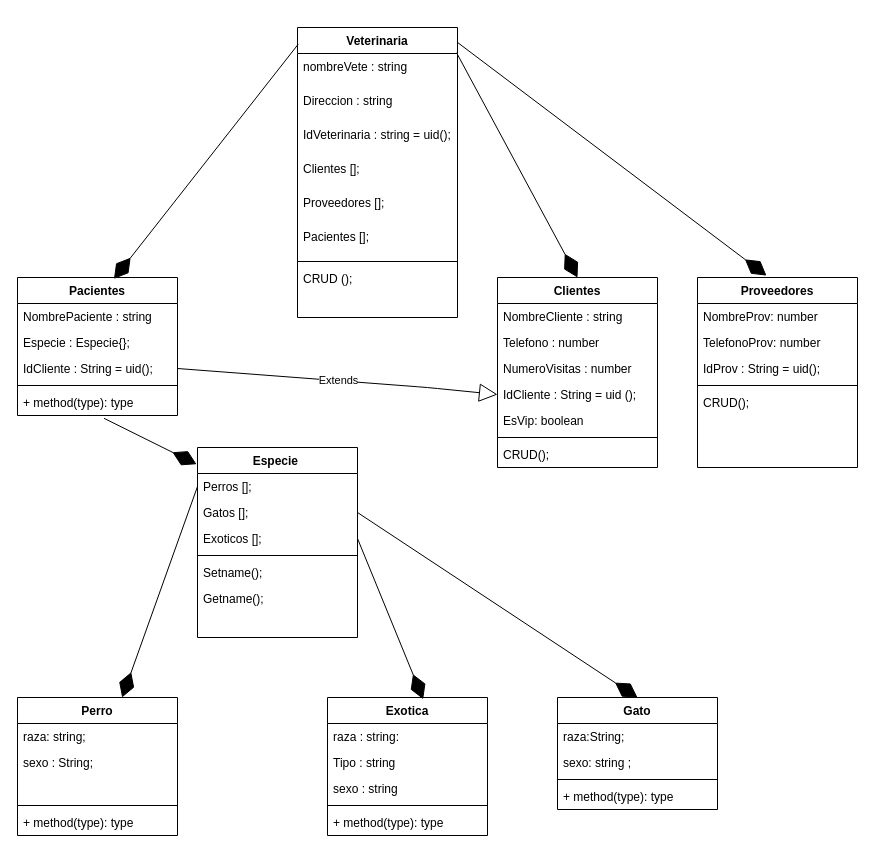
The draw.io diagram diagramaClases.dio in JulietaZotes/trabajo-final-FIP, before the edit. Source tidied: cells renumbered, new cells numbered last; positions are measured from the earlier drawing's top-left corner, leaving out a move shared by most shapes. Both pictures are drawn from the tidied source at 100%, with x=0, y=0 at pixel (17, 27).
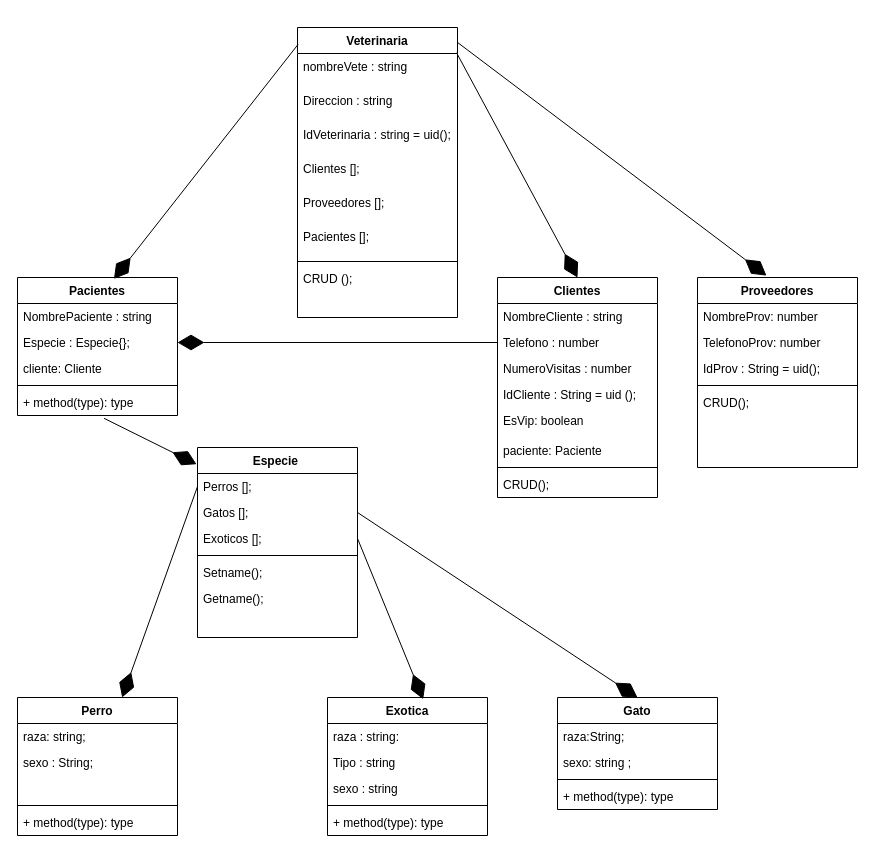
The same page after the edit.

Commit message:
cliente compone a Pacientes y Pacientes a Clientes

Unchanged cells that the change refers to:
```xml
<mxCell id="14" value="Telefono : number" style="text;strokeColor=none;fillColor=none;align=left;verticalAlign=top;spacingLeft=4;spacingRight=4;overflow=hidden;points=[[0,0.5],[1,0.5]];portConstraint=eastwest;" parent="12" vertex="1">
  <mxGeometry y="52" width="160" height="26" as="geometry" />
</mxCell>
<mxCell id="16" value="IdCliente : String = uid ();" style="text;strokeColor=none;fillColor=none;align=left;verticalAlign=top;spacingLeft=4;spacingRight=4;overflow=hidden;points=[[0,0.5],[1,0.5]];portConstraint=eastwest;" parent="12" vertex="1">
  <mxGeometry y="104" width="160" height="26" as="geometry" />
</mxCell>
<mxCell id="20" value="Pacientes" style="swimlane;fontStyle=1;align=center;verticalAlign=top;horizontal=1;startSize=26;" parent="1" vertex="1">
  <mxGeometry y="250" width="160" height="138" as="geometry" />
</mxCell>
<mxCell id="22" value="Especie : Especie{};" style="text;strokeColor=none;fillColor=none;align=left;verticalAlign=top;spacingLeft=4;spacingRight=4;overflow=hidden;points=[[0,0.5],[1,0.5]];portConstraint=eastwest;" parent="20" vertex="1">
  <mxGeometry y="52" width="160" height="26" as="geometry" />
</mxCell>
```

Diff of the diagram source:
```diff
@@
     <mxCell id="12" value="Clientes" style="swimlane;fontStyle=1;align=center;verticalAlign=top;horizontal=1;startSize=26;" parent="1" vertex="1">
-      <mxGeometry x="480" y="250" width="160" height="190" as="geometry" />
+      <mxGeometry x="480" y="250" width="160" height="220" as="geometry" />
     </mxCell>
@@
     <mxCell id="17" value="EsVip: boolean" style="text;strokeColor=none;fillColor=none;align=left;verticalAlign=top;spacingLeft=4;spacingRight=4;overflow=hidden;" parent="12" vertex="1">
-      <mxGeometry y="130" width="160" height="26" as="geometry" />
+      <mxGeometry y="130" width="160" height="30" as="geometry" />
     </mxCell>
+    <mxCell id="67" value="paciente: Paciente" style="text;strokeColor=none;fillColor=none;align=left;verticalAlign=top;spacingLeft=4;spacingRight=4;overflow=hidden;" parent="12" vertex="1">
+      <mxGeometry y="160" width="160" height="26" as="geometry" />
+    </mxCell>
     <mxCell id="18" style="line;strokeWidth=1;fillColor=none;align=left;verticalAlign=middle;spacingTop=-1;spacingLeft=3;spacingRight=3;labelPosition=right;strokeColor=inherit;" parent="12" vertex="1">
-      <mxGeometry y="156" width="160" height="8" as="geometry" />
+      <mxGeometry y="186" width="160" height="8" as="geometry" />
     </mxCell>
     <mxCell id="19" value="CRUD();" style="text;strokeColor=none;fillColor=none;align=left;verticalAlign=top;spacingLeft=4;spacingRight=4;overflow=hidden;" parent="12" vertex="1">
-      <mxGeometry y="164" width="160" height="26" as="geometry" />
+      <mxGeometry y="194" width="160" height="26" as="geometry" />
     </mxCell>
@@
-    <mxCell id="23" value="IdCliente : String = uid();" style="text;strokeColor=none;fillColor=none;align=left;verticalAlign=top;spacingLeft=4;spacingRight=4;overflow=hidden;points=[[0,0.5],[1,0.5]];portConstraint=eastwest;" parent="20" vertex="1">
+    <mxCell id="23" value="cliente: Cliente" style="text;strokeColor=none;fillColor=none;align=left;verticalAlign=top;spacingLeft=4;spacingRight=4;overflow=hidden;points=[[0,0.5],[1,0.5]];portConstraint=eastwest;" parent="20" vertex="1">
       <mxGeometry y="78" width="160" height="26" as="geometry" />
     </mxCell>
@@
-    <mxCell id="59" value="Extends" style="endArrow=block;endSize=16;endFill=0;html=1;entryX=0;entryY=0.5;entryDx=0;entryDy=0;exitX=1;exitY=0.5;exitDx=0;exitDy=0;" parent="1" edge="1" source="23" target="16">
-      <mxGeometry relative="1" as="geometry">
-        <Array as="points">
-          <mxPoint x="410" y="360" />
-        </Array>
-      </mxGeometry>
-    </mxCell>
@@
+    <mxCell id="68" style="endArrow=diamondThin;endFill=1;endSize=24;html=1;entryX=1;entryY=0.5;entryDx=0;entryDy=0;" parent="1" edge="1" source="14" target="22">
+      <mxGeometry relative="1" as="geometry" />
+    </mxCell>
```
